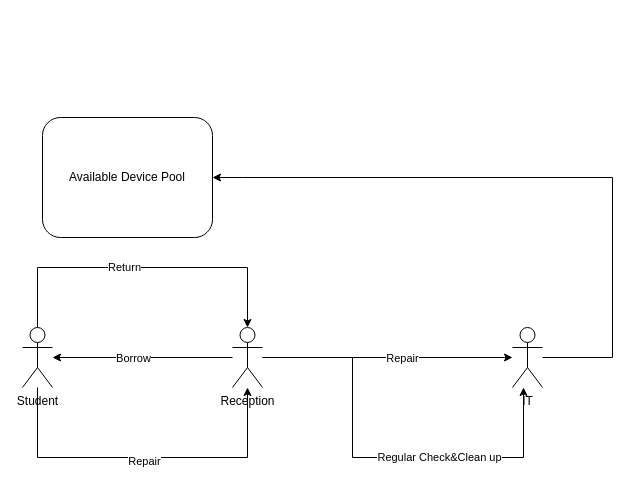
Above: MSL-device.drawio in cnfrank/device (draw.io), before the change. Source tidied: cells renumbered, new cells numbered last; positions are measured from the earlier drawing's top-left corner, leaving out a move shared by most shapes. Both pictures are drawn from the tidied source at 100%, with x=0, y=0 at pixel (22, 117).
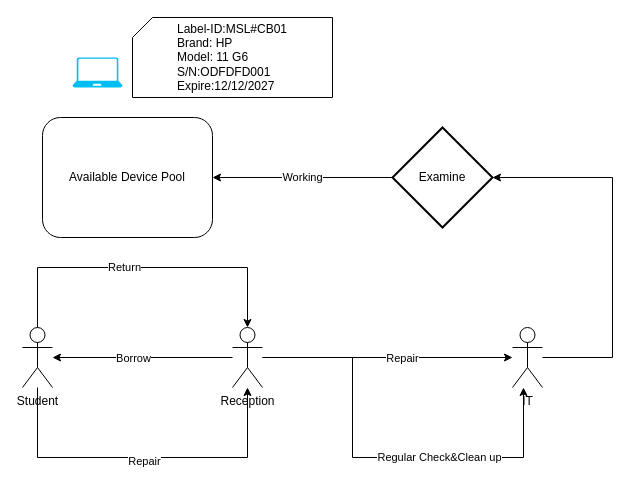
Above is the later version.

Unchanged cells that the change refers to:
```xml
<mxCell id="15" value="IT" style="shape=umlActor;verticalLabelPosition=bottom;verticalAlign=top;html=1;outlineConnect=0;" parent="1" vertex="1">
  <mxGeometry x="490" y="210" width="30" height="60" as="geometry" />
</mxCell>
<mxCell id="16" value="Available Device Pool" style="rounded=1;whiteSpace=wrap;html=1;" parent="1" vertex="1">
  <mxGeometry x="20" width="170" height="120" as="geometry" />
</mxCell>
```

What changed in the source:
```diff
@@
-    <mxCell id="14" style="edgeStyle=orthogonalEdgeStyle;rounded=0;jettySize=auto;html=1;entryX=1;entryY=0.5;entryDx=0;entryDy=0;" parent="1" edge="1" source="15" target="16">
+    <mxCell id="14" style="edgeStyle=orthogonalEdgeStyle;rounded=0;jettySize=auto;html=1;entryX=1;entryY=0.5;entryDx=0;entryDy=0;entryPerimeter=0;" parent="1" edge="1" source="15" target="20">
       <mxGeometry relative="1" as="geometry">
         <Array as="points">
           <mxPoint x="590" y="240" />
           <mxPoint x="590" y="60" />
-          <mxPoint x="220" y="60" />
         </Array>
       </mxGeometry>
     </mxCell>
@@
+    <mxCell id="17" style="verticalLabelPosition=bottom;html=1;verticalAlign=top;align=center;strokeColor=none;fillColor=#00BEF2;shape=mxgraph.azure.laptop;" parent="1" vertex="1">
+      <mxGeometry x="50" y="-60" width="50" height="30" as="geometry" />
+    </mxCell>
+    <mxCell id="18" value="&lt;div style=&quot;text-align: left;&quot;&gt;&lt;span style=&quot;background-color: initial;&quot;&gt;Label-ID:MSL#CB01&lt;/span&gt;&lt;/div&gt;&lt;div style=&quot;text-align: left;&quot;&gt;&lt;span style=&quot;background-color: initial;&quot;&gt;Brand: HP&lt;/span&gt;&lt;/div&gt;&lt;div style=&quot;text-align: left;&quot;&gt;&lt;span style=&quot;background-color: initial;&quot;&gt;Model: 11 G6&lt;/span&gt;&lt;/div&gt;&lt;div style=&quot;text-align: left;&quot;&gt;&lt;span style=&quot;background-color: initial;&quot;&gt;S/N:ODFDFD001&lt;/span&gt;&lt;/div&gt;&lt;div style=&quot;text-align: left;&quot;&gt;Expire:12/12/2027&lt;/div&gt;" style="shape=card;whiteSpace=wrap;html=1;size=20;" parent="1" vertex="1">
+      <mxGeometry x="110" y="-100" width="200" height="80" as="geometry" />
+    </mxCell>
+    <mxCell id="19" value="Working" style="edgeStyle=orthogonalEdgeStyle;rounded=0;jettySize=auto;html=1;entryX=1;entryY=0.5;entryDx=0;entryDy=0;" parent="1" edge="1" source="20" target="16">
+      <mxGeometry relative="1" as="geometry" />
+    </mxCell>
+    <mxCell id="20" value="Examine" style="strokeWidth=2;html=1;shape=mxgraph.flowchart.decision;whiteSpace=wrap;" parent="1" vertex="1">
+      <mxGeometry x="370" y="10" width="100" height="100" as="geometry" />
+    </mxCell>
```
